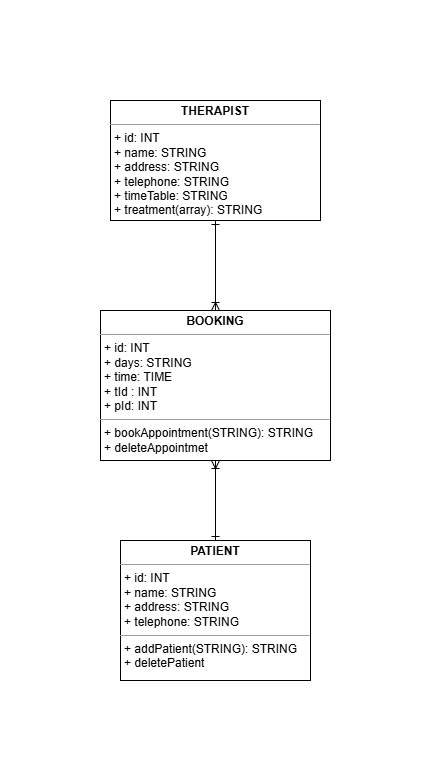
The draw.io diagram uml.drawio.png in MohaiminAlif/bpcms, before a commit. Source tidied: cells renumbered, new cells last; positions are measured from the earlier drawing's top-left corner, leaving out a move shared by most shapes.
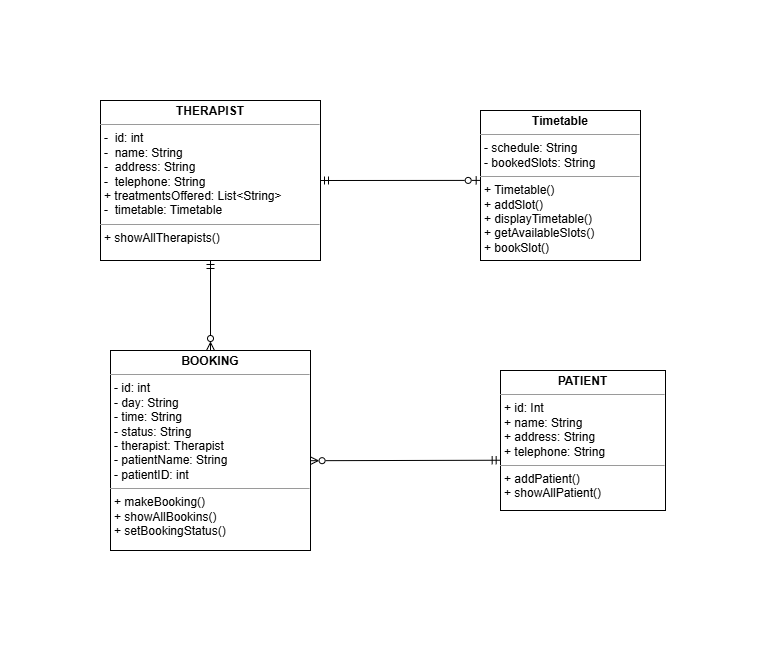
After the change.

Commit message:
booking system updated

What changed in the source:
```diff
@@ -2,20 +2,29 @@
   <root>
     <mxCell id="0" />
     <mxCell id="1" parent="0" />
-    <mxCell id="2" value="&lt;p style=&quot;margin:0px;margin-top:4px;text-align:center;&quot;&gt;&lt;b style=&quot;&quot;&gt;THERAPIST&lt;/b&gt;&lt;/p&gt;&lt;hr size=&quot;1&quot;&gt;&lt;p style=&quot;margin:0px;margin-left:4px;&quot;&gt;+ id: INT&lt;br&gt;+ name: STRING&lt;/p&gt;&lt;p style=&quot;margin:0px;margin-left:4px;&quot;&gt;+ address: STRING&lt;/p&gt;&lt;p style=&quot;margin:0px;margin-left:4px;&quot;&gt;+ telephone: STRING&lt;/p&gt;&lt;p style=&quot;margin:0px;margin-left:4px;&quot;&gt;+ timeTable: STRING&lt;/p&gt;&lt;p style=&quot;margin:0px;margin-left:4px;&quot;&gt;+ treatment(array): STRING&lt;/p&gt;&lt;hr size=&quot;1&quot;&gt;&lt;p style=&quot;margin:0px;margin-left:4px;&quot;&gt;&lt;br&gt;&lt;/p&gt;&lt;p style=&quot;margin:0px;margin-left:4px;&quot;&gt;&lt;br&gt;&lt;/p&gt;" style="verticalAlign=top;align=left;overflow=fill;fontSize=12;fontFamily=Helvetica;html=1;rounded=0;shadow=0;comic=0;labelBackgroundColor=none;strokeWidth=1;" parent="1" vertex="1">
-      <mxGeometry x="10" width="210" height="120" as="geometry" />
+    <mxCell id="2" value="&lt;p style=&quot;margin:0px;margin-top:4px;text-align:center;&quot;&gt;&lt;b style=&quot;&quot;&gt;THERAPIST&lt;/b&gt;&lt;/p&gt;&lt;hr size=&quot;1&quot;&gt;&lt;p style=&quot;margin:0px;margin-left:4px;&quot;&gt;-&amp;nbsp; id: int&amp;nbsp;&lt;/p&gt;&lt;p style=&quot;margin:0px;margin-left:4px;&quot;&gt;-&amp;nbsp; name: String&amp;nbsp;&lt;/p&gt;&lt;p style=&quot;margin:0px;margin-left:4px;&quot;&gt;-&amp;nbsp; address: String&amp;nbsp;&amp;nbsp;&lt;/p&gt;&lt;p style=&quot;margin:0px;margin-left:4px;&quot;&gt;-&amp;nbsp; telephone: String&amp;nbsp;&lt;/p&gt;&lt;p style=&quot;margin:0px;margin-left:4px;&quot;&gt;&lt;span style=&quot;background-color: transparent; color: light-dark(rgb(0, 0, 0), rgb(255, 255, 255));&quot;&gt;+ treatmentsOffered: List&amp;lt;String&amp;gt;&lt;/span&gt;&lt;/p&gt;&lt;p style=&quot;margin:0px;margin-left:4px;&quot;&gt;-&amp;nbsp; timetable: Timetable&lt;/p&gt;&lt;hr size=&quot;1&quot;&gt;&lt;p style=&quot;margin:0px;margin-left:4px;&quot;&gt;&lt;span style=&quot;background-color: transparent; color: light-dark(rgb(0, 0, 0), rgb(255, 255, 255));&quot;&gt;+ showAllTherapists(&lt;/span&gt;&lt;span style=&quot;background-color: transparent; color: light-dark(rgb(0, 0, 0), rgb(255, 255, 255));&quot;&gt;)&amp;nbsp; &amp;nbsp; &amp;nbsp; &amp;nbsp; &amp;nbsp; &amp;nbsp;&amp;nbsp;&lt;/span&gt;&lt;/p&gt;&lt;p style=&quot;margin:0px;margin-left:4px;&quot;&gt;&lt;span style=&quot;background-color: transparent; color: light-dark(rgb(0, 0, 0), rgb(255, 255, 255));&quot;&gt;&amp;nbsp; &amp;nbsp;&amp;nbsp;&lt;/span&gt;&lt;/p&gt;" style="verticalAlign=top;align=left;overflow=fill;fontSize=12;fontFamily=Helvetica;html=1;rounded=0;shadow=0;comic=0;labelBackgroundColor=none;strokeWidth=1;" parent="1" vertex="1">
+      <mxGeometry x="-70" y="40" width="220" height="160" as="geometry" />
     </mxCell>
-    <mxCell id="3" style="edgeStyle=none;rounded=0;jettySize=auto;html=1;exitX=0.5;exitY=0;exitDx=0;exitDy=0;entryX=0.5;entryY=1;entryDx=0;entryDy=0;endArrow=ERone;endFill=0;startArrow=ERoneToMany;startFill=0;" parent="1" edge="1" source="6" target="2">
+    <mxCell id="3" style="edgeStyle=none;rounded=0;jettySize=auto;html=1;exitX=0.5;exitY=0;exitDx=0;exitDy=0;entryX=0.5;entryY=1;entryDx=0;entryDy=0;endArrow=ERmandOne;endFill=0;startArrow=ERzeroToMany;startFill=0;" parent="1" edge="1" source="6" target="2">
       <mxGeometry relative="1" as="geometry" />
     </mxCell>
-    <mxCell id="4" value="&lt;p style=&quot;margin:0px;margin-top:4px;text-align:center;&quot;&gt;&lt;b&gt;PATIENT&lt;/b&gt;&lt;/p&gt;&lt;hr size=&quot;1&quot;&gt;&lt;p style=&quot;margin: 0px 0px 0px 4px;&quot;&gt;+ id: INT&lt;br&gt;+ name: STRING&lt;/p&gt;&lt;p style=&quot;margin: 0px 0px 0px 4px;&quot;&gt;+ address: STRING&lt;/p&gt;&lt;p style=&quot;margin: 0px 0px 0px 4px;&quot;&gt;+ telephone: STRING&lt;/p&gt;&lt;hr size=&quot;1&quot;&gt;&lt;p style=&quot;margin:0px;margin-left:4px;&quot;&gt;+ addPatient(STRING): STRING&lt;br&gt;+ deletePatient&lt;/p&gt;" style="verticalAlign=top;align=left;overflow=fill;fontSize=12;fontFamily=Helvetica;html=1;rounded=0;shadow=0;comic=0;labelBackgroundColor=none;strokeWidth=1;" parent="1" vertex="1">
-      <mxGeometry x="20" y="440" width="190" height="140" as="geometry" />
+    <mxCell id="4" value="&lt;p style=&quot;margin:0px;margin-top:4px;text-align:center;&quot;&gt;&lt;b&gt;PATIENT&lt;/b&gt;&lt;/p&gt;&lt;hr size=&quot;1&quot;&gt;&lt;p style=&quot;margin: 0px 0px 0px 4px;&quot;&gt;+ id: Int&lt;br&gt;+ name: String&lt;/p&gt;&lt;p style=&quot;margin: 0px 0px 0px 4px;&quot;&gt;+ address: String&lt;/p&gt;&lt;p style=&quot;margin: 0px 0px 0px 4px;&quot;&gt;+ telephone: String&lt;/p&gt;&lt;hr size=&quot;1&quot;&gt;&lt;p style=&quot;margin:0px;margin-left:4px;&quot;&gt;+ addPatient()&lt;br&gt;+ showAllPatient()&lt;/p&gt;" style="verticalAlign=top;align=left;overflow=fill;fontSize=12;fontFamily=Helvetica;html=1;rounded=0;shadow=0;comic=0;labelBackgroundColor=none;strokeWidth=1;" parent="1" vertex="1">
+      <mxGeometry x="330" y="310" width="165" height="140" as="geometry" />
     </mxCell>
-    <mxCell id="5" style="edgeStyle=none;rounded=0;jettySize=auto;html=1;exitX=0.5;exitY=0;exitDx=0;exitDy=0;entryX=0.5;entryY=1;entryDx=0;entryDy=0;endArrow=ERoneToMany;endFill=0;startArrow=ERone;startFill=0;" parent="1" edge="1" source="4" target="6">
+    <mxCell id="5" style="edgeStyle=none;rounded=0;jettySize=auto;html=1;exitX=-0.002;exitY=0.641;exitDx=0;exitDy=0;endArrow=ERzeroToMany;endFill=0;startArrow=ERmandOne;startFill=0;entryX=0.998;entryY=0.551;entryDx=0;entryDy=0;entryPerimeter=0;exitPerimeter=0;" parent="1" edge="1" source="4" target="6">
       <mxGeometry relative="1" as="geometry" />
     </mxCell>
+    <mxCell id="7" value="&lt;div&gt;&lt;br&gt;&lt;/div&gt;&lt;div&gt;&lt;br&gt;&lt;/div&gt;" style="edgeLabel;html=1;align=center;verticalAlign=middle;" parent="5" vertex="1">
+      <mxGeometry x="0.6" relative="1" as="geometry" />
+    </mxCell>
-    <mxCell id="6" value="&lt;p style=&quot;margin:0px;margin-top:4px;text-align:center;&quot;&gt;&lt;b&gt;BOOKING&lt;/b&gt;&lt;/p&gt;&lt;hr size=&quot;1&quot;&gt;&lt;p style=&quot;margin: 0px 0px 0px 4px;&quot;&gt;+ id: INT&lt;/p&gt;&lt;p style=&quot;margin: 0px 0px 0px 4px;&quot;&gt;&lt;span style=&quot;background-color: transparent; color: light-dark(rgb(0, 0, 0), rgb(255, 255, 255));&quot;&gt;+ days: STRING&lt;/span&gt;&lt;/p&gt;&lt;p style=&quot;margin:0px;margin-left:4px;&quot;&gt;+ time: TIME&lt;/p&gt;&lt;p style=&quot;margin:0px;margin-left:4px;&quot;&gt;+ tId : INT&lt;/p&gt;&lt;p style=&quot;margin:0px;margin-left:4px;&quot;&gt;+ pId: INT&lt;/p&gt;&lt;hr size=&quot;1&quot;&gt;&lt;p style=&quot;margin:0px;margin-left:4px;&quot;&gt;+ bookAppointment(STRING): STRING&lt;br&gt;+ deleteAppointmet&lt;/p&gt;" style="verticalAlign=top;align=left;overflow=fill;fontSize=12;fontFamily=Helvetica;html=1;rounded=0;shadow=0;comic=0;labelBackgroundColor=none;strokeWidth=1;" parent="1" vertex="1">
-      <mxGeometry y="210" width="230" height="150" as="geometry" />
+    <mxCell id="6" value="&lt;p style=&quot;margin:0px;margin-top:4px;text-align:center;&quot;&gt;&lt;b&gt;BOOKING&lt;/b&gt;&lt;/p&gt;&lt;hr size=&quot;1&quot;&gt;&lt;p style=&quot;margin: 0px 0px 0px 4px;&quot;&gt;&lt;span style=&quot;background-color: transparent; color: light-dark(rgb(0, 0, 0), rgb(255, 255, 255));&quot;&gt;- id: int&amp;nbsp; &amp;nbsp; &amp;nbsp; &amp;nbsp; &amp;nbsp; &amp;nbsp; &amp;nbsp; &amp;nbsp; &amp;nbsp; &amp;nbsp; &amp;nbsp; &amp;nbsp; &amp;nbsp; &amp;nbsp; &amp;nbsp; &amp;nbsp; &amp;nbsp; &amp;nbsp; &amp;nbsp; &amp;nbsp; &amp;nbsp; &amp;nbsp; &amp;nbsp; &amp;nbsp; &amp;nbsp;&lt;/span&gt;&lt;/p&gt;&lt;p style=&quot;margin: 0px 0px 0px 4px;&quot;&gt;&lt;span style=&quot;background-color: transparent; color: light-dark(rgb(0, 0, 0), rgb(255, 255, 255));&quot;&gt;- day: String&amp;nbsp; &amp;nbsp; &amp;nbsp; &amp;nbsp; &amp;nbsp; &amp;nbsp; &amp;nbsp; &amp;nbsp; &amp;nbsp; &amp;nbsp; &amp;nbsp; &amp;nbsp; &amp;nbsp; &amp;nbsp; &amp;nbsp; &amp;nbsp; &amp;nbsp; &amp;nbsp; &amp;nbsp; &amp;nbsp; &amp;nbsp; &amp;nbsp; &amp;nbsp;&lt;/span&gt;&lt;/p&gt;&lt;p style=&quot;margin: 0px 0px 0px 4px;&quot;&gt;- time: String&amp;nbsp; &amp;nbsp; &amp;nbsp; &amp;nbsp; &amp;nbsp; &amp;nbsp; &amp;nbsp; &amp;nbsp; &amp;nbsp; &amp;nbsp; &amp;nbsp; &amp;nbsp; &amp;nbsp; &amp;nbsp; &amp;nbsp; &amp;nbsp; &amp;nbsp; &amp;nbsp; &amp;nbsp; &amp;nbsp; &amp;nbsp; &amp;nbsp;&amp;nbsp;&lt;/p&gt;&lt;p style=&quot;margin: 0px 0px 0px 4px;&quot;&gt;- status: String&lt;/p&gt;&lt;p style=&quot;margin: 0px 0px 0px 4px;&quot;&gt;- therapist: Therapist&amp;nbsp; &amp;nbsp; &amp;nbsp; &amp;nbsp; &amp;nbsp; &amp;nbsp; &amp;nbsp; &amp;nbsp; &amp;nbsp; &amp;nbsp; &amp;nbsp; &amp;nbsp; &amp;nbsp; &amp;nbsp; &amp;nbsp;&amp;nbsp;&lt;span style=&quot;background-color: transparent; color: light-dark(rgb(0, 0, 0), rgb(255, 255, 255));&quot;&gt;&amp;nbsp;&amp;nbsp;&lt;/span&gt;&lt;/p&gt;&lt;p style=&quot;margin: 0px 0px 0px 4px;&quot;&gt;- patientName: String&amp;nbsp; &amp;nbsp; &amp;nbsp; &amp;nbsp; &amp;nbsp; &amp;nbsp; &amp;nbsp; &amp;nbsp; &amp;nbsp; &amp;nbsp; &amp;nbsp; &amp;nbsp; &amp;nbsp; &amp;nbsp; &amp;nbsp; &amp;nbsp; &amp;nbsp; &amp;nbsp; &amp;nbsp;&lt;/p&gt;&lt;p style=&quot;margin: 0px 0px 0px 4px;&quot;&gt;- patientID: int&lt;/p&gt;&lt;hr size=&quot;1&quot;&gt;&lt;p style=&quot;margin:0px;margin-left:4px;&quot;&gt;&lt;span style=&quot;background-color: transparent; color: light-dark(rgb(0, 0, 0), rgb(255, 255, 255));&quot;&gt;+ makeBooking(&lt;/span&gt;&lt;span style=&quot;background-color: transparent; color: light-dark(rgb(0, 0, 0), rgb(255, 255, 255));&quot;&gt;)&amp;nbsp;&lt;/span&gt;&lt;/p&gt;&lt;p style=&quot;margin:0px;margin-left:4px;&quot;&gt;&lt;span style=&quot;background-color: transparent; color: light-dark(rgb(0, 0, 0), rgb(255, 255, 255));&quot;&gt;+ showAllBookins()&amp;nbsp; &amp;nbsp; &amp;nbsp; &amp;nbsp; &amp;nbsp; &amp;nbsp; &amp;nbsp; &amp;nbsp; &amp;nbsp; &amp;nbsp; &amp;nbsp; &amp;nbsp; &amp;nbsp; &amp;nbsp; &amp;nbsp; &amp;nbsp;&amp;nbsp;&lt;/span&gt;&lt;/p&gt;&lt;p style=&quot;margin:0px;margin-left:4px;&quot;&gt;&lt;span style=&quot;background-color: transparent; color: light-dark(rgb(0, 0, 0), rgb(255, 255, 255));&quot;&gt;+ setBookingStatus()&amp;nbsp; &amp;nbsp; &amp;nbsp; &amp;nbsp; &amp;nbsp; &amp;nbsp; &amp;nbsp; &amp;nbsp; &amp;nbsp; &amp;nbsp; &amp;nbsp; &amp;nbsp; &amp;nbsp;&lt;/span&gt;&lt;/p&gt;&lt;p style=&quot;margin:0px;margin-left:4px;&quot;&gt;&lt;span style=&quot;background-color: transparent; color: light-dark(rgb(0, 0, 0), rgb(255, 255, 255));&quot;&gt;&amp;nbsp; &amp;nbsp; &amp;nbsp; &amp;nbsp; &amp;nbsp; &amp;nbsp; &amp;nbsp; &amp;nbsp; &amp;nbsp; &amp;nbsp; &amp;nbsp; &amp;nbsp; &amp;nbsp; &amp;nbsp; &amp;nbsp; &amp;nbsp;&amp;nbsp;&lt;/span&gt;&lt;/p&gt;&lt;p style=&quot;margin:0px;margin-left:4px;&quot;&gt;&lt;br&gt;&lt;/p&gt;" style="verticalAlign=top;align=left;overflow=fill;fontSize=12;fontFamily=Helvetica;html=1;rounded=0;shadow=0;comic=0;labelBackgroundColor=none;strokeWidth=1;" parent="1" vertex="1">
+      <mxGeometry x="-60" y="290" width="200" height="200" as="geometry" />
     </mxCell>
+    <mxCell id="8" value="&lt;p style=&quot;margin:0px;margin-top:4px;text-align:center;&quot;&gt;&lt;b&gt;Timetable&lt;/b&gt;&lt;/p&gt;&lt;hr size=&quot;1&quot;&gt;&lt;p style=&quot;margin:0px;margin-left:4px;&quot;&gt;- schedule: String&lt;/p&gt;&lt;p style=&quot;margin:0px;margin-left:4px;&quot;&gt;- bookedSlots: String&lt;/p&gt;&lt;hr size=&quot;1&quot;&gt;&lt;p style=&quot;margin: 0px 0px 0px 4px;&quot;&gt;&lt;span style=&quot;background-color: transparent; color: light-dark(rgb(0, 0, 0), rgb(255, 255, 255));&quot;&gt;+ Timetable()&lt;/span&gt;&lt;/p&gt;&lt;p style=&quot;margin: 0px 0px 0px 4px;&quot;&gt;+ addSlot(&lt;span style=&quot;background-color: transparent; color: light-dark(rgb(0, 0, 0), rgb(255, 255, 255));&quot;&gt;)&lt;/span&gt;&lt;/p&gt;&lt;p style=&quot;margin: 0px 0px 0px 4px;&quot;&gt;+ displayTimetable()&amp;nbsp;&lt;/p&gt;&lt;p style=&quot;margin: 0px 0px 0px 4px;&quot;&gt;+ getAvailableSlots()&lt;/p&gt;&lt;p style=&quot;margin: 0px 0px 0px 4px;&quot;&gt;&lt;span style=&quot;background-color: transparent; color: light-dark(rgb(0, 0, 0), rgb(255, 255, 255));&quot;&gt;+ bookSlot()&lt;/span&gt;&lt;/p&gt;" style="verticalAlign=top;align=left;overflow=fill;fontSize=12;fontFamily=Helvetica;html=1;rounded=0;shadow=0;comic=0;labelBackgroundColor=none;strokeWidth=1;" parent="1" vertex="1">
+      <mxGeometry x="310" y="50" width="160" height="150" as="geometry" />
+    </mxCell>
+    <mxCell id="9" style="edgeStyle=none;rounded=0;jettySize=auto;html=1;endArrow=ERmandOne;endFill=0;startArrow=ERzeroToOne;startFill=0;entryX=1;entryY=0.5;entryDx=0;entryDy=0;exitX=-0.002;exitY=0.466;exitDx=0;exitDy=0;exitPerimeter=0;" parent="1" edge="1" source="8" target="2">
+      <mxGeometry relative="1" as="geometry" />
+    </mxCell>
   </root>
 </mxGraphModel>
```
